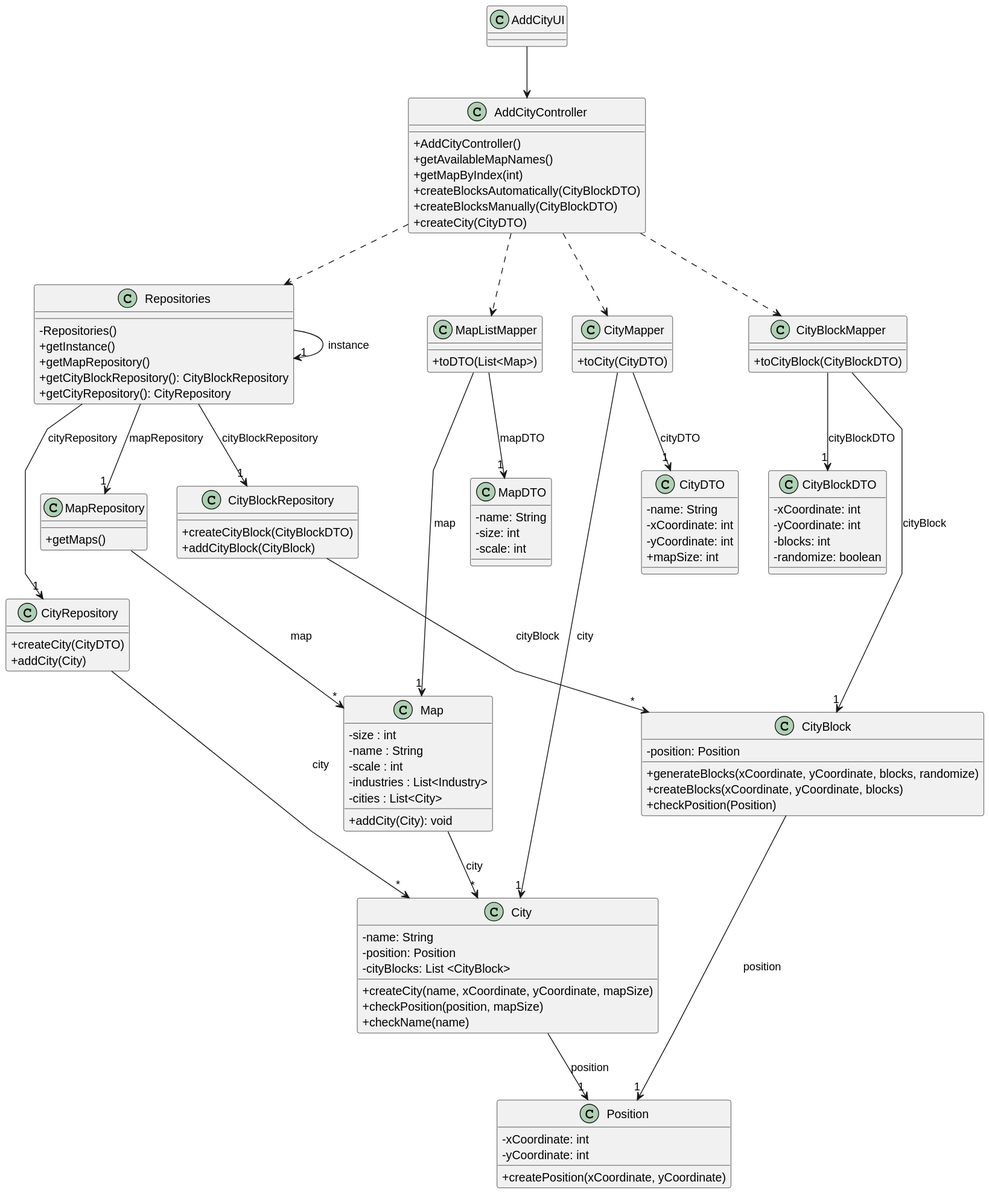
Above: Sprint3/US003/03.design/svg/US003-CD.svg in 1240935/pi2-railway-simulator (PlantUML), before the change.
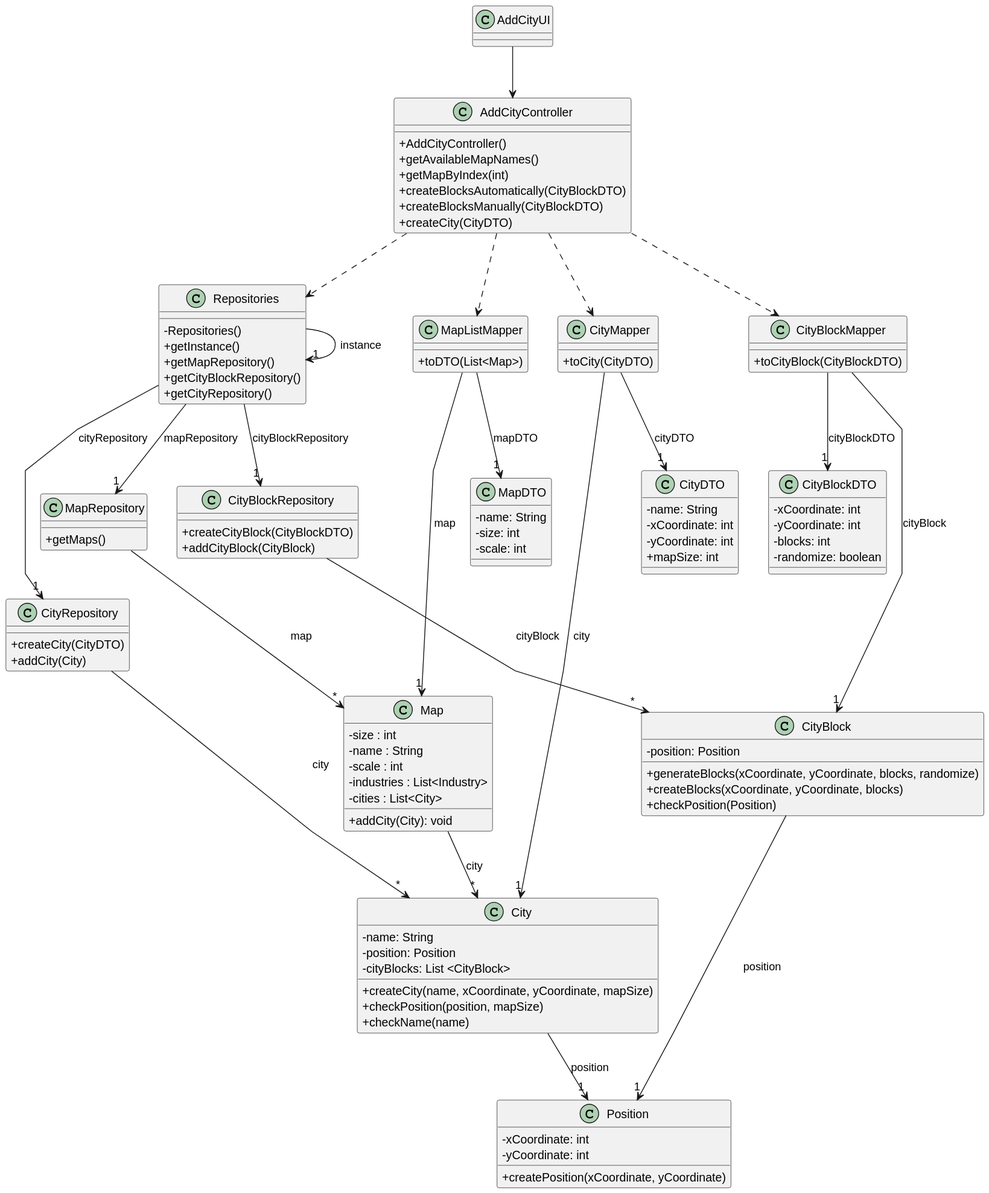
Later version of the same file.

What changed in the source:
```diff
@@ -22,8 +22,8 @@
   -Repositories()
   +getInstance()
   +getMapRepository()
-  +getCityBlockRepository(): CityBlockRepository
-  +getCityRepository(): CityRepository
+  +getCityBlockRepository()
+  +getCityRepository()
 }
 
 class MapRepository {
```
